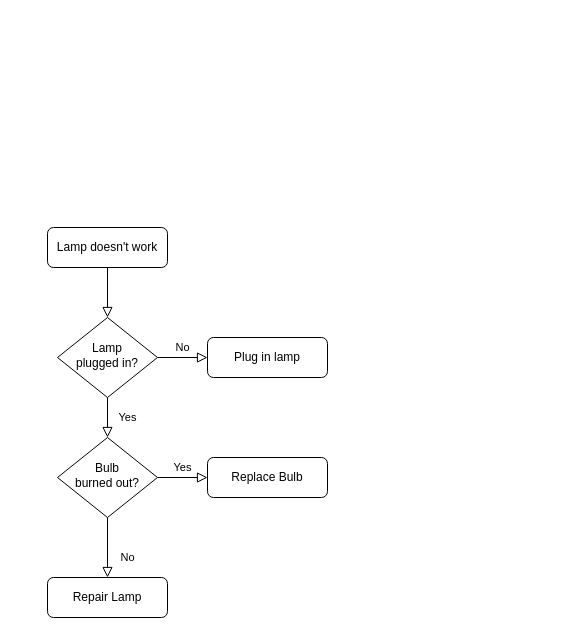
The draw.io diagram Untitled Diagram.drawio in sanjanind/monopoly, before the edit. Source tidied: cells renumbered, new cells numbered last; positions are measured from the earlier drawing's top-left corner, leaving out a move shared by most shapes. Both pictures are drawn from the tidied source at 100%, with x=0, y=0 at pixel (47, 227).
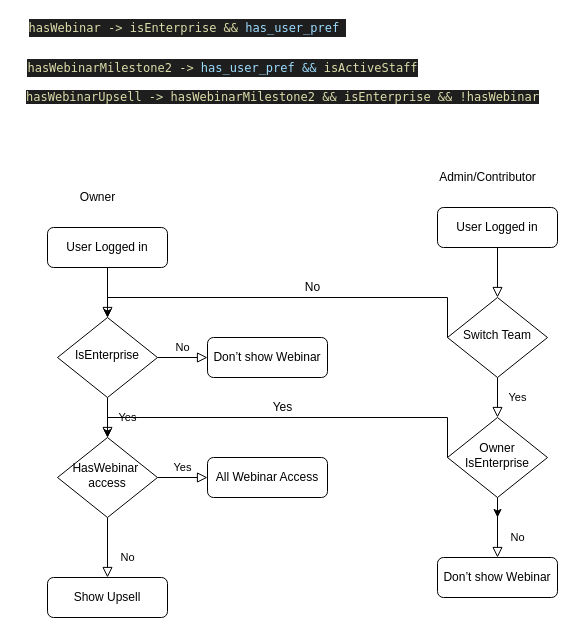
The same diagram, later.

What changed in the source:
```diff
@@
-    <mxCell id="3" value="Lamp doesn't work" style="rounded=1;whiteSpace=wrap;html=1;fontSize=12;glass=0;strokeWidth=1;shadow=0;" parent="1" vertex="1">
+    <mxCell id="3" value="User Logged in" style="rounded=1;whiteSpace=wrap;html=1;fontSize=12;glass=0;strokeWidth=1;shadow=0;" parent="1" vertex="1">
       <mxGeometry width="120" height="40" as="geometry" />
     </mxCell>
@@
-    <mxCell id="6" value="Lamp&lt;br&gt;plugged in?" style="rhombus;whiteSpace=wrap;html=1;shadow=0;fontFamily=Helvetica;fontSize=12;align=center;strokeWidth=1;spacing=6;spacingTop=-4;" parent="1" vertex="1">
+    <mxCell id="6" value="IsEnterprise" style="rhombus;whiteSpace=wrap;html=1;shadow=0;fontFamily=Helvetica;fontSize=12;align=center;strokeWidth=1;spacing=6;spacingTop=-4;" parent="1" vertex="1">
       <mxGeometry x="10" y="90" width="100" height="80" as="geometry" />
     </mxCell>
-    <mxCell id="7" value="Plug in lamp" style="rounded=1;whiteSpace=wrap;html=1;fontSize=12;glass=0;strokeWidth=1;shadow=0;" parent="1" vertex="1">
+    <mxCell id="7" value="Don’t show Webinar" style="rounded=1;whiteSpace=wrap;html=1;fontSize=12;glass=0;strokeWidth=1;shadow=0;" parent="1" vertex="1">
       <mxGeometry x="160" y="110" width="120" height="40" as="geometry" />
     </mxCell>
@@
-    <mxCell id="10" value="Bulb&lt;br&gt;burned out?" style="rhombus;whiteSpace=wrap;html=1;shadow=0;fontFamily=Helvetica;fontSize=12;align=center;strokeWidth=1;spacing=6;spacingTop=-4;" parent="1" vertex="1">
+    <mxCell id="10" value="HasWebinar&amp;nbsp;&lt;br&gt;access" style="rhombus;whiteSpace=wrap;html=1;shadow=0;fontFamily=Helvetica;fontSize=12;align=center;strokeWidth=1;spacing=6;spacingTop=-4;" parent="1" vertex="1">
       <mxGeometry x="10" y="210" width="100" height="80" as="geometry" />
     </mxCell>
-    <mxCell id="11" value="Repair Lamp" style="rounded=1;whiteSpace=wrap;html=1;fontSize=12;glass=0;strokeWidth=1;shadow=0;" parent="1" vertex="1">
+    <mxCell id="11" value="Show Upsell" style="rounded=1;whiteSpace=wrap;html=1;fontSize=12;glass=0;strokeWidth=1;shadow=0;" parent="1" vertex="1">
       <mxGeometry y="350" width="120" height="40" as="geometry" />
     </mxCell>
-    <mxCell id="12" value="Replace Bulb" style="rounded=1;whiteSpace=wrap;html=1;fontSize=12;glass=0;strokeWidth=1;shadow=0;" parent="1" vertex="1">
+    <mxCell id="12" value="All Webinar Access" style="rounded=1;whiteSpace=wrap;html=1;fontSize=12;glass=0;strokeWidth=1;shadow=0;" parent="1" vertex="1">
       <mxGeometry x="160" y="230" width="120" height="40" as="geometry" />
     </mxCell>
+    <mxCell id="13" value="&lt;div style=&quot;color: rgb(212 , 212 , 212) ; background-color: rgb(30 , 30 , 30) ; font-family: &amp;#34;menlo&amp;#34; , &amp;#34;monaco&amp;#34; , &amp;#34;courier new&amp;#34; , monospace ; line-height: 18px&quot;&gt;&lt;span style=&quot;color: #dcdcaa&quot;&gt;hasWebinar -&amp;gt;&amp;nbsp;&lt;/span&gt;&lt;span style=&quot;color: rgb(220 , 220 , 170)&quot;&gt;isEnterprise &amp;amp;&amp;amp;&amp;nbsp;&lt;/span&gt;&lt;span style=&quot;color: rgb(156 , 220 , 254)&quot;&gt;has_user_pref&lt;/span&gt;&lt;span style=&quot;color: rgb(220 , 220 , 170)&quot;&gt;&amp;nbsp;&lt;/span&gt;&lt;/div&gt;" style="text;html=1;align=center;verticalAlign=middle;strokeColor=none;" parent="1" vertex="1">
+      <mxGeometry x="-25" y="-210" width="330" height="20" as="geometry" />
+    </mxCell>
+    <mxCell id="14" value="&lt;div style=&quot;color: rgb(212 , 212 , 212) ; background-color: rgb(30 , 30 , 30) ; font-family: &amp;#34;menlo&amp;#34; , &amp;#34;monaco&amp;#34; , &amp;#34;courier new&amp;#34; , monospace ; line-height: 18px&quot;&gt;&lt;span style=&quot;color: #dcdcaa&quot;&gt;hasWebinarMilestone2 -&amp;gt;&amp;nbsp;&lt;/span&gt;&lt;span style=&quot;color: rgb(156 , 220 , 254)&quot;&gt;has_user_pref &amp;amp;&amp;amp;&amp;nbsp;&lt;/span&gt;&lt;span style=&quot;color: rgb(220 , 220 , 170)&quot;&gt;isActiveStaff&lt;/span&gt;&lt;/div&gt;" style="text;html=1;align=center;verticalAlign=middle;strokeColor=none;" parent="1" vertex="1">
+      <mxGeometry x="-30" y="-170" width="410" height="20" as="geometry" />
+    </mxCell>
+    <mxCell id="15" value="&lt;span style=&quot;color: rgb(220 , 220 , 170) ; background-color: rgb(30 , 30 , 30) ; font-family: &amp;#34;menlo&amp;#34; , &amp;#34;monaco&amp;#34; , &amp;#34;courier new&amp;#34; , monospace&quot;&gt;hasWebinarUpsell&lt;/span&gt;&lt;span style=&quot;color: rgb(220 , 220 , 170) ; font-family: &amp;#34;menlo&amp;#34; , &amp;#34;monaco&amp;#34; , &amp;#34;courier new&amp;#34; , monospace ; background-color: rgb(30 , 30 , 30)&quot;&gt;&amp;nbsp;-&amp;gt; hasWebinarMilestone2 &amp;amp;&amp;amp;&amp;nbsp;&lt;/span&gt;&lt;span style=&quot;color: rgb(220 , 220 , 170) ; background-color: rgb(30 , 30 , 30) ; font-family: &amp;#34;menlo&amp;#34; , &amp;#34;monaco&amp;#34; , &amp;#34;courier new&amp;#34; , monospace&quot;&gt;isEnterprise &amp;amp;&amp;amp; !&lt;/span&gt;&lt;span style=&quot;color: rgb(220 , 220 , 170) ; background-color: rgb(30 , 30 , 30) ; font-family: &amp;#34;menlo&amp;#34; , &amp;#34;monaco&amp;#34; , &amp;#34;courier new&amp;#34; , monospace&quot;&gt;hasWebinar&lt;/span&gt;" style="text;html=1;align=center;verticalAlign=middle;strokeColor=none;" parent="1" vertex="1">
+      <mxGeometry x="-30" y="-140" width="530" height="20" as="geometry" />
+    </mxCell>
+    <mxCell id="16" value="Owner" style="text;html=1;align=center;verticalAlign=middle;strokeColor=none;" parent="1" vertex="1">
+      <mxGeometry x="25" y="-40" width="50" height="20" as="geometry" />
+    </mxCell>
+    <mxCell id="17" style="rounded=0;html=1;jettySize=auto;fontSize=11;endArrow=block;endFill=0;endSize=8;strokeWidth=1;shadow=0;labelBackgroundColor=none;edgeStyle=orthogonalEdgeStyle;" parent="1" edge="1" source="18" target="21">
+      <mxGeometry relative="1" as="geometry" />
+    </mxCell>
+    <mxCell id="18" value="User Logged in" style="rounded=1;whiteSpace=wrap;html=1;fontSize=12;glass=0;strokeWidth=1;shadow=0;" parent="1" vertex="1">
+      <mxGeometry x="390" y="-20" width="120" height="40" as="geometry" />
+    </mxCell>
+    <mxCell id="19" value="Yes" style="rounded=0;html=1;jettySize=auto;fontSize=11;endArrow=block;endFill=0;endSize=8;strokeWidth=1;shadow=0;labelBackgroundColor=none;edgeStyle=orthogonalEdgeStyle;" parent="1" edge="1" source="21" target="25">
+      <mxGeometry y="20" relative="1" as="geometry" />
+    </mxCell>
+    <mxCell id="20" style="edgeStyle=orthogonalEdgeStyle;rounded=0;jettySize=auto;html=1;entryX=0.5;entryY=0;entryDx=0;entryDy=0;exitX=0;exitY=0.5;exitDx=0;exitDy=0;" parent="1" edge="1" source="21" target="6">
+      <mxGeometry relative="1" as="geometry">
+        <Array as="points">
+          <mxPoint x="400" y="70" />
+          <mxPoint x="60" y="70" />
+        </Array>
+      </mxGeometry>
+    </mxCell>
+    <mxCell id="21" value="Switch Team" style="rhombus;whiteSpace=wrap;html=1;shadow=0;fontFamily=Helvetica;fontSize=12;align=center;strokeWidth=1;spacing=6;spacingTop=-4;" parent="1" vertex="1">
+      <mxGeometry x="400" y="70" width="100" height="80" as="geometry" />
+    </mxCell>
+    <mxCell id="22" value="No" style="rounded=0;html=1;jettySize=auto;fontSize=11;endArrow=block;endFill=0;endSize=8;strokeWidth=1;shadow=0;labelBackgroundColor=none;edgeStyle=orthogonalEdgeStyle;" parent="1" edge="1" source="25" target="26">
+      <mxGeometry x="0.33" y="20" relative="1" as="geometry" />
+    </mxCell>
+    <mxCell id="23" style="edgeStyle=orthogonalEdgeStyle;rounded=0;jettySize=auto;html=1;exitX=0.5;exitY=1;exitDx=0;exitDy=0;" parent="1" edge="1" source="25">
+      <mxGeometry relative="1" as="geometry">
+        <mxPoint x="450" y="290" as="targetPoint" />
+      </mxGeometry>
+    </mxCell>
+    <mxCell id="24" style="edgeStyle=orthogonalEdgeStyle;rounded=0;jettySize=auto;html=1;exitX=0;exitY=0.5;exitDx=0;exitDy=0;entryX=0.5;entryY=0;entryDx=0;entryDy=0;" parent="1" edge="1" source="25" target="10">
+      <mxGeometry relative="1" as="geometry">
+        <Array as="points">
+          <mxPoint x="400" y="190" />
+          <mxPoint x="60" y="190" />
+        </Array>
+      </mxGeometry>
+    </mxCell>
+    <mxCell id="25" value="Owner IsEnterprise" style="rhombus;whiteSpace=wrap;html=1;shadow=0;fontFamily=Helvetica;fontSize=12;align=center;strokeWidth=1;spacing=6;spacingTop=-4;" parent="1" vertex="1">
+      <mxGeometry x="400" y="190" width="100" height="80" as="geometry" />
+    </mxCell>
+    <mxCell id="26" value="Don’t show Webinar" style="rounded=1;whiteSpace=wrap;html=1;fontSize=12;glass=0;strokeWidth=1;shadow=0;" parent="1" vertex="1">
+      <mxGeometry x="390" y="330" width="120" height="40" as="geometry" />
+    </mxCell>
+    <mxCell id="27" value="Admin/Contributor" style="text;html=1;align=center;verticalAlign=middle;strokeColor=none;" parent="1" vertex="1">
+      <mxGeometry x="385" y="-60" width="110" height="20" as="geometry" />
+    </mxCell>
+    <mxCell id="28" value="No" style="text;html=1;align=center;verticalAlign=middle;strokeColor=none;" parent="1" vertex="1">
+      <mxGeometry x="250" y="50" width="30" height="20" as="geometry" />
+    </mxCell>
+    <mxCell id="29" value="Yes" style="text;html=1;align=center;verticalAlign=middle;strokeColor=none;" parent="1" vertex="1">
+      <mxGeometry x="215" y="170" width="40" height="20" as="geometry" />
+    </mxCell>
```
